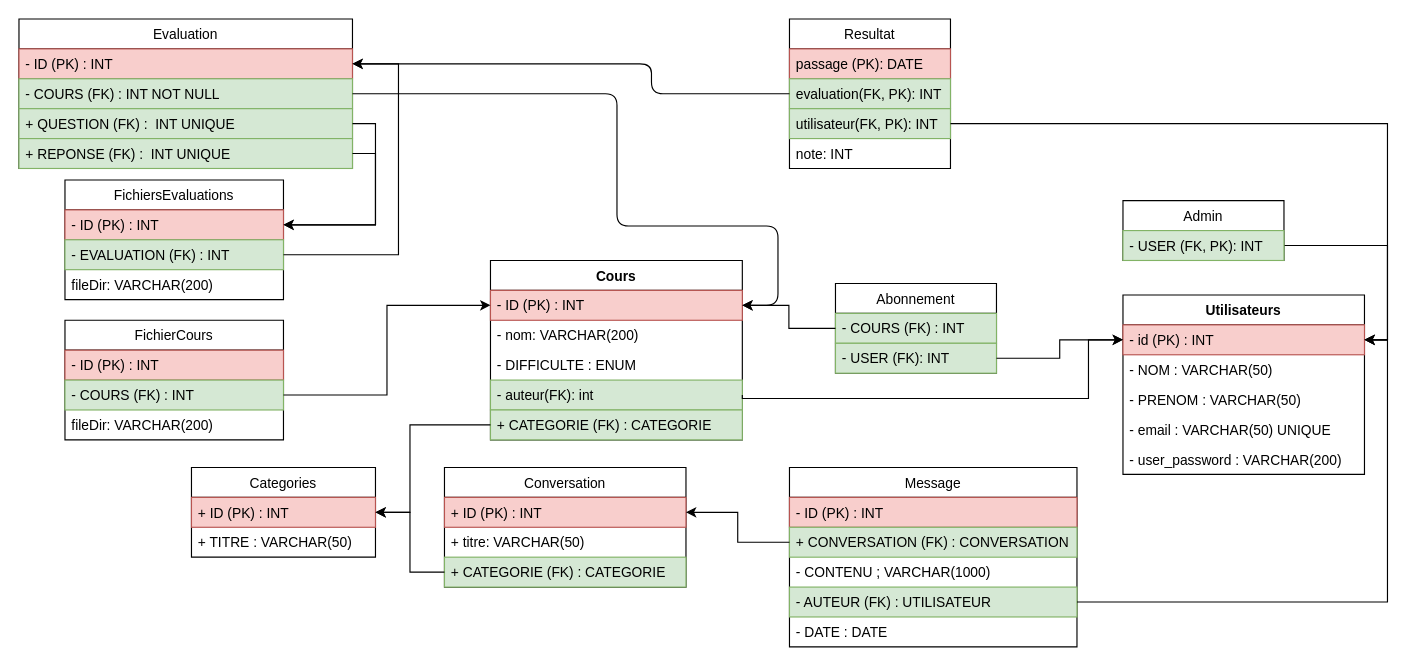
Before: documentation/diagrammes/BDD.drawio in FC-Dijkstra/SiteFormation_DAW, a draw.io diagram. Source tidied: cells renumbered, new cells numbered last; positions are measured from the earlier drawing's top-left corner, leaving out a move shared by most shapes. Both pictures are drawn from the tidied source at 115%, with x=0, y=0 at pixel (18, 18).
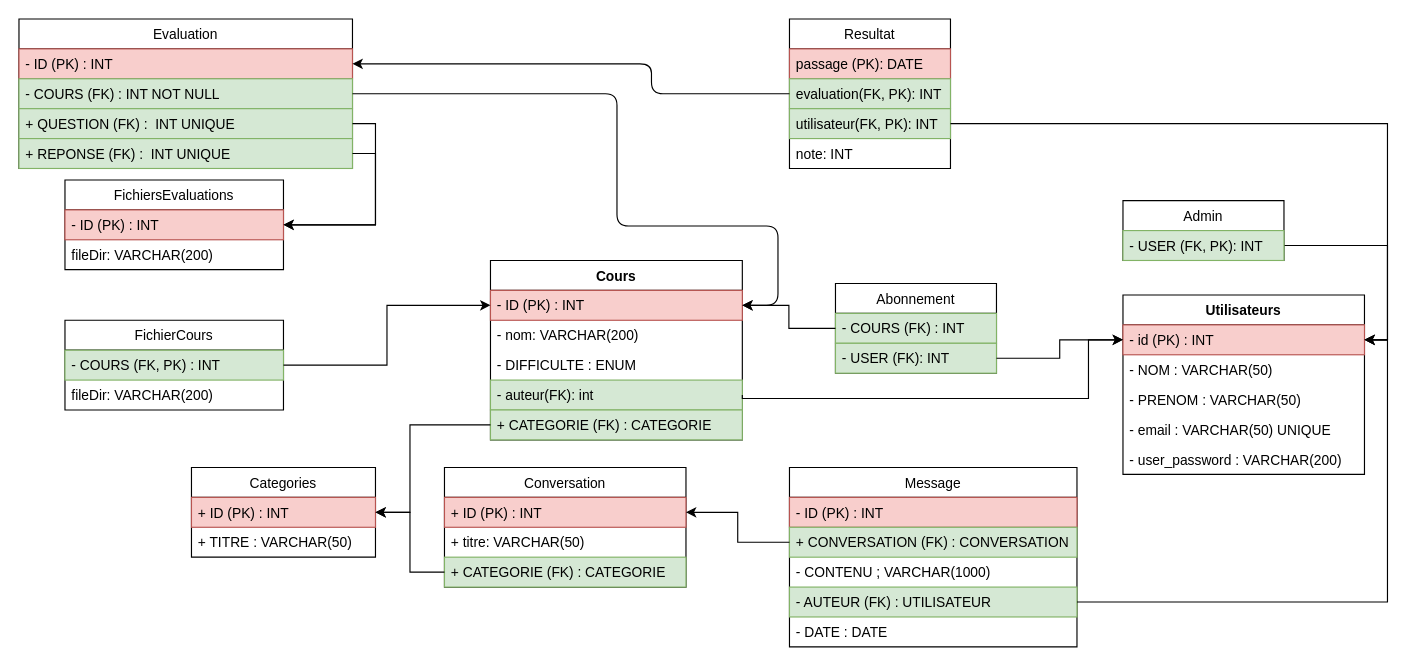
The same page after the edit.

Unchanged cells that the change refers to:
```xml
<mxCell id="35" value="- ID (PK) : INT" style="text;strokeColor=#b85450;fillColor=#f8cecc;align=left;verticalAlign=top;spacingLeft=4;spacingRight=4;overflow=hidden;points=[[0,0.5],[1,0.5]];portConstraint=eastwest;" parent="34" vertex="1">
  <mxGeometry y="26" width="290" height="26" as="geometry" />
</mxCell>
```

What changed in the source:
```diff
@@
     <mxCell id="30" value="FichierCours" style="swimlane;fontStyle=0;horizontal=1;startSize=26;fillColor=none;" parent="1" vertex="1">
-      <mxGeometry x="40" y="262" width="190" height="104" as="geometry" />
+      <mxGeometry x="40" y="262" width="190" height="78" as="geometry" />
     </mxCell>
-    <mxCell id="31" value="- ID (PK) : INT" style="text;strokeColor=#b85450;fillColor=#f8cecc;align=left;verticalAlign=top;spacingLeft=4;spacingRight=4;overflow=hidden;" parent="30" vertex="1">
-      <mxGeometry y="26" width="190" height="26" as="geometry" />
-    </mxCell>
-    <mxCell id="32" value="- COURS (FK) : INT" style="text;strokeColor=#82b366;fillColor=#d5e8d4;align=left;verticalAlign=top;spacingLeft=4;spacingRight=4;overflow=hidden;points=[[0,0.5],[1,0.5]];portConstraint=eastwest;" parent="30" vertex="1">
-      <mxGeometry y="52" width="190" height="26" as="geometry" />
+    <mxCell id="32" value="- COURS (FK, PK) : INT" style="text;strokeColor=#82b366;fillColor=#d5e8d4;align=left;verticalAlign=top;spacingLeft=4;spacingRight=4;overflow=hidden;points=[[0,0.5],[1,0.5]];portConstraint=eastwest;" parent="30" vertex="1">
+      <mxGeometry y="26" width="190" height="26" as="geometry" />
     </mxCell>
     <mxCell id="33" value="fileDir: VARCHAR(200)" style="text;strokeColor=none;fillColor=none;align=left;verticalAlign=top;spacingLeft=4;spacingRight=4;overflow=hidden;" parent="30" vertex="1">
-      <mxGeometry y="78" width="190" height="26" as="geometry" />
+      <mxGeometry y="52" width="190" height="26" as="geometry" />
     </mxCell>
@@
     <mxCell id="57" value="FichiersEvaluations" style="swimlane;fontStyle=0;horizontal=1;startSize=26;fillColor=none;" parent="1" vertex="1">
-      <mxGeometry x="40" y="140" width="190" height="104" as="geometry" />
+      <mxGeometry x="40" y="140" width="190" height="78" as="geometry" />
     </mxCell>
@@
-    <mxCell id="59" value="- EVALUATION (FK) : INT" style="text;strokeColor=#82b366;fillColor=#d5e8d4;align=left;verticalAlign=top;spacingLeft=4;spacingRight=4;overflow=hidden;points=[[0,0.5],[1,0.5]];portConstraint=eastwest;" parent="57" vertex="1">
-      <mxGeometry y="52" width="190" height="26" as="geometry" />
-    </mxCell>
     <mxCell id="60" value="fileDir: VARCHAR(200)" style="text;strokeColor=none;fillColor=none;align=left;verticalAlign=top;spacingLeft=4;spacingRight=4;overflow=hidden;" parent="57" vertex="1">
-      <mxGeometry y="78" width="190" height="26" as="geometry" />
+      <mxGeometry y="52" width="190" height="26" as="geometry" />
     </mxCell>
@@
-    <mxCell id="63" style="edgeStyle=orthogonalEdgeStyle;rounded=0;jettySize=auto;html=1;exitX=1;exitY=0.5;exitDx=0;exitDy=0;entryX=1;entryY=0.5;entryDx=0;entryDy=0;" parent="1" edge="1" source="59" target="35">
-      <mxGeometry relative="1" as="geometry">
-        <Array as="points">
-          <mxPoint x="330" y="205" />
-          <mxPoint x="330" y="39" />
-        </Array>
-      </mxGeometry>
-    </mxCell>
```
